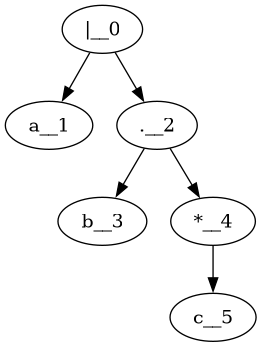
Before: arbre_syntaxique.png, a diagram exported from Graphviz (Daniel-Sima/Clone-of-the-egrep-UNIX-command). Its source is kept beside it as arbre_syntaxique.dot.
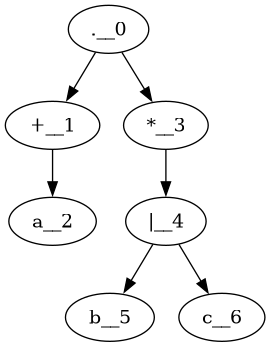
Later version of the same file.

Diff of the diagram source:
```diff
@@ -1,7 +1,8 @@
 digraph {
-	"|__0"->"a__1"
-	"|__0"->".__2"
-	".__2"->"b__3"
-	".__2"->"*__4"
-	"*__4"->"c__5"
+	".__0"->"+__1"
+	"+__1"->"a__2"
+	".__0"->"*__3"
+	"*__3"->"|__4"
+	"|__4"->"b__5"
+	"|__4"->"c__6"
 }
```
